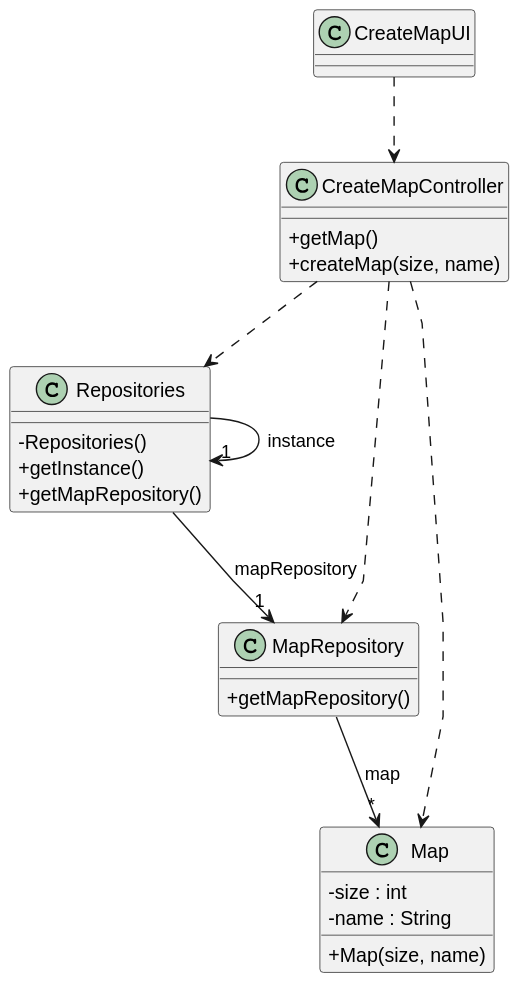
The PlantUML diagram Sprint2/US001/03.design/svg/US001-CD.svg in 1240935/pi2-railway-simulator, before a commit.
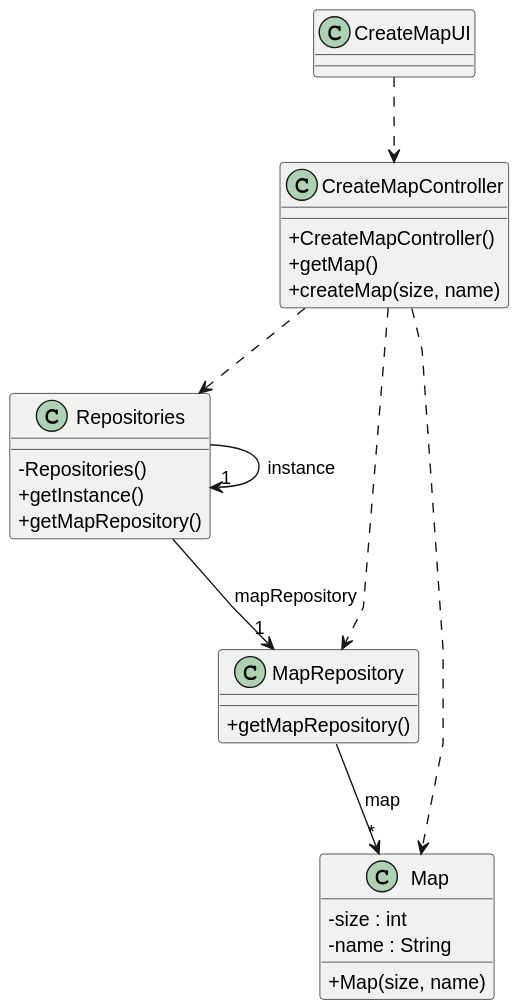
The same file after the commit.

What changed in the source:
```diff
@@ -12,6 +12,7 @@
 }
 
 class CreateMapController {
+  +CreateMapController()
   +getMap()
   +createMap(size, name)
 }
```
